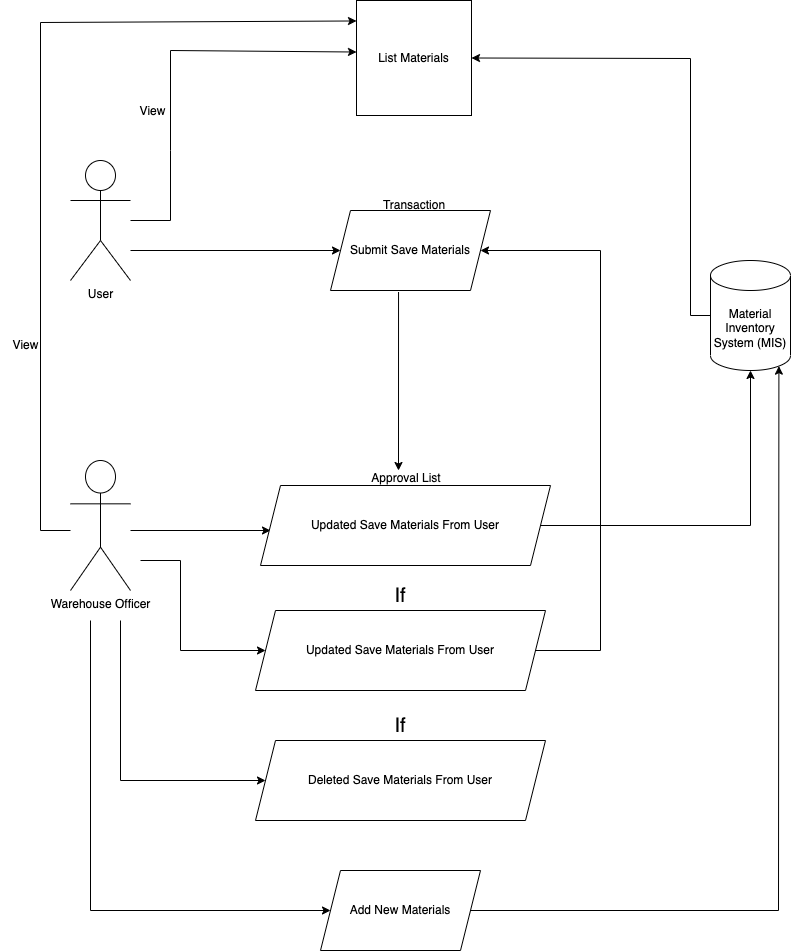
This is images/diagram.png from SirojulAnm/material-inventory-api, a draw.io export, as it was before one commit. Source tidied: cells renumbered, new cells last; positions are measured from the earlier drawing's top-left corner, leaving out a move shared by most shapes. Its diagram source:
```xml
<mxGraphModel>
  <root>
    <mxCell id="0" />
    <mxCell id="1" parent="0" />
    <mxCell id="2" value="Material Inventory System (MIS)" style="shape=cylinder3;whiteSpace=wrap;html=1;boundedLbl=1;backgroundOutline=1;size=15;" parent="1" vertex="1">
      <mxGeometry x="710" y="260" width="80" height="110" as="geometry" />
    </mxCell>
    <mxCell id="3" value="List Materials" style="whiteSpace=wrap;html=1;" parent="1" vertex="1">
      <mxGeometry x="356" width="115" height="115" as="geometry" />
    </mxCell>
    <mxCell id="4" value="User" style="shape=umlActor;verticalLabelPosition=bottom;verticalAlign=top;html=1;outlineConnect=0;" parent="1" vertex="1">
      <mxGeometry x="70" y="160" width="60" height="120" as="geometry" />
    </mxCell>
    <mxCell id="5" style="endArrow=classic;html=1;rounded=0;entryX=0;entryY=0.448;entryDx=0;entryDy=0;entryPerimeter=0;" parent="1" edge="1" source="4" target="3">
      <mxGeometry relative="1" as="geometry">
        <Array as="points">
          <mxPoint x="170" y="220" />
          <mxPoint x="170" y="150" />
          <mxPoint x="170" y="50" />
        </Array>
      </mxGeometry>
    </mxCell>
    <mxCell id="6" value="View" style="text;html=1;align=center;verticalAlign=middle;strokeColor=none;fillColor=none;" parent="1" vertex="1">
      <mxGeometry x="127" y="96" width="50" height="30" as="geometry" />
    </mxCell>
    <mxCell id="7" value="Warehouse Officer" style="shape=umlActor;verticalLabelPosition=bottom;verticalAlign=top;html=1;" parent="1" vertex="1">
      <mxGeometry x="70" y="460" width="60" height="130" as="geometry" />
    </mxCell>
    <mxCell id="8" value="View" style="text;html=1;align=center;verticalAlign=middle;strokeColor=none;fillColor=none;" parent="1" vertex="1">
      <mxGeometry y="330" width="50" height="30" as="geometry" />
    </mxCell>
    <mxCell id="9" style="endArrow=classic;html=1;rounded=0;entryX=0;entryY=0.5;entryDx=0;entryDy=0;entryPerimeter=0;" parent="1" edge="1" source="4">
      <mxGeometry relative="1" as="geometry">
        <mxPoint x="340" y="250" as="targetPoint" />
        <Array as="points">
          <mxPoint x="130" y="250" />
        </Array>
      </mxGeometry>
    </mxCell>
    <mxCell id="10" style="endArrow=classic;html=1;rounded=0;" parent="1" edge="1">
      <mxGeometry relative="1" as="geometry">
        <mxPoint x="130" y="530" as="sourcePoint" />
        <mxPoint x="270" y="530" as="targetPoint" />
      </mxGeometry>
    </mxCell>
    <mxCell id="11" value="Submit Save Materials" style="shape=parallelogram;perimeter=parallelogramPerimeter;whiteSpace=wrap;html=1;fixedSize=1;" parent="1" vertex="1">
      <mxGeometry x="330" y="210" width="160" height="80" as="geometry" />
    </mxCell>
    <mxCell id="12" value="Updated Save Materials From User" style="shape=parallelogram;perimeter=parallelogramPerimeter;whiteSpace=wrap;html=1;fixedSize=1;" parent="1" vertex="1">
      <mxGeometry x="260" y="485" width="290" height="80" as="geometry" />
    </mxCell>
    <mxCell id="13" style="endArrow=classic;html=1;rounded=0;entryX=0;entryY=0.178;entryDx=0;entryDy=0;entryPerimeter=0;" parent="1" edge="1" target="3">
      <mxGeometry relative="1" as="geometry">
        <mxPoint x="40" y="530" as="sourcePoint" />
        <Array as="points">
          <mxPoint x="40" y="22" />
        </Array>
      </mxGeometry>
    </mxCell>
    <mxCell id="14" style="endArrow=none;html=1;rounded=0;" parent="1" edge="1">
      <mxGeometry relative="1" as="geometry">
        <mxPoint x="40" y="530" as="sourcePoint" />
        <mxPoint x="70" y="530" as="targetPoint" />
      </mxGeometry>
    </mxCell>
    <mxCell id="15" value="Transaction" style="text;html=1;strokeColor=none;fillColor=none;align=center;verticalAlign=middle;whiteSpace=wrap;rounded=0;" parent="1" vertex="1">
      <mxGeometry x="384" y="190" width="60" height="30" as="geometry" />
    </mxCell>
    <mxCell id="16" value="Approval List" style="text;html=1;strokeColor=none;fillColor=none;align=center;verticalAlign=middle;whiteSpace=wrap;rounded=0;" parent="1" vertex="1">
      <mxGeometry x="356" y="463" width="100" height="30" as="geometry" />
    </mxCell>
    <mxCell id="17" style="endArrow=classic;html=1;rounded=0;exitX=0.419;exitY=1.019;exitDx=0;exitDy=0;exitPerimeter=0;" parent="1" edge="1">
      <mxGeometry relative="1" as="geometry">
        <mxPoint x="398" y="291.5" as="sourcePoint" />
        <mxPoint x="398" y="470" as="targetPoint" />
      </mxGeometry>
    </mxCell>
    <mxCell id="18" style="endArrow=classic;html=1;rounded=0;entryX=0.5;entryY=1;entryDx=0;entryDy=0;entryPerimeter=0;exitX=1;exitY=0.5;exitDx=0;exitDy=0;" parent="1" edge="1" source="12" target="2">
      <mxGeometry relative="1" as="geometry">
        <Array as="points">
          <mxPoint x="750" y="525" />
        </Array>
      </mxGeometry>
    </mxCell>
    <mxCell id="19" value="&lt;font style=&quot;font-size: 20px;&quot;&gt;If&lt;/font&gt;" style="text;html=1;strokeColor=none;fillColor=none;align=center;verticalAlign=middle;whiteSpace=wrap;rounded=0;" parent="1" vertex="1">
      <mxGeometry x="370" y="580" width="60" height="30" as="geometry" />
    </mxCell>
    <mxCell id="20" value="&lt;font style=&quot;font-size: 20px;&quot;&gt;If&lt;/font&gt;" style="text;html=1;strokeColor=none;fillColor=none;align=center;verticalAlign=middle;whiteSpace=wrap;rounded=0;" parent="1" vertex="1">
      <mxGeometry x="370" y="710" width="60" height="30" as="geometry" />
    </mxCell>
    <mxCell id="21" value="Updated Save Materials From User" style="shape=parallelogram;perimeter=parallelogramPerimeter;whiteSpace=wrap;html=1;fixedSize=1;" parent="1" vertex="1">
      <mxGeometry x="255" y="610" width="290" height="80" as="geometry" />
    </mxCell>
    <mxCell id="22" value="Deleted Save Materials From User" style="shape=parallelogram;perimeter=parallelogramPerimeter;whiteSpace=wrap;html=1;fixedSize=1;" parent="1" vertex="1">
      <mxGeometry x="255" y="740" width="290" height="80" as="geometry" />
    </mxCell>
    <mxCell id="23" style="endArrow=classic;html=1;rounded=0;entryX=1;entryY=0.5;entryDx=0;entryDy=0;exitX=1;exitY=0.5;exitDx=0;exitDy=0;" parent="1" edge="1" source="21" target="11">
      <mxGeometry relative="1" as="geometry">
        <Array as="points">
          <mxPoint x="600" y="650" />
          <mxPoint x="600" y="250" />
        </Array>
      </mxGeometry>
    </mxCell>
    <mxCell id="24" style="endArrow=classic;html=1;rounded=0;entryX=1;entryY=0.5;entryDx=0;entryDy=0;exitX=0;exitY=0.5;exitDx=0;exitDy=0;exitPerimeter=0;" parent="1" edge="1" source="2" target="3">
      <mxGeometry relative="1" as="geometry">
        <Array as="points">
          <mxPoint x="690" y="315" />
          <mxPoint x="690" y="58" />
        </Array>
      </mxGeometry>
    </mxCell>
    <mxCell id="25" style="endArrow=classic;html=1;rounded=0;entryX=0;entryY=0.5;entryDx=0;entryDy=0;" parent="1" edge="1" target="21">
      <mxGeometry relative="1" as="geometry">
        <mxPoint x="140" y="560" as="sourcePoint" />
        <Array as="points">
          <mxPoint x="180" y="560" />
          <mxPoint x="180" y="650" />
        </Array>
      </mxGeometry>
    </mxCell>
    <mxCell id="26" style="endArrow=classic;html=1;rounded=0;entryX=0;entryY=0.5;entryDx=0;entryDy=0;" parent="1" edge="1" target="22">
      <mxGeometry relative="1" as="geometry">
        <mxPoint x="120" y="620" as="sourcePoint" />
        <Array as="points">
          <mxPoint x="120" y="780" />
        </Array>
      </mxGeometry>
    </mxCell>
    <mxCell id="27" value="Add New Materials" style="shape=parallelogram;perimeter=parallelogramPerimeter;whiteSpace=wrap;html=1;fixedSize=1;" parent="1" vertex="1">
      <mxGeometry x="320" y="870" width="160" height="80" as="geometry" />
    </mxCell>
    <mxCell id="28" style="endArrow=classic;html=1;rounded=0;entryX=0;entryY=0.5;entryDx=0;entryDy=0;" parent="1" edge="1" target="27">
      <mxGeometry relative="1" as="geometry">
        <mxPoint x="90" y="620" as="sourcePoint" />
        <Array as="points">
          <mxPoint x="90" y="910" />
        </Array>
      </mxGeometry>
    </mxCell>
    <mxCell id="29" style="endArrow=classic;html=1;rounded=0;entryX=0.855;entryY=1;entryDx=0;entryDy=-4.35;entryPerimeter=0;exitX=1;exitY=0.5;exitDx=0;exitDy=0;" parent="1" edge="1" source="27" target="2">
      <mxGeometry relative="1" as="geometry">
        <Array as="points">
          <mxPoint x="778" y="910" />
        </Array>
      </mxGeometry>
    </mxCell>
  </root>
</mxGraphModel>
```
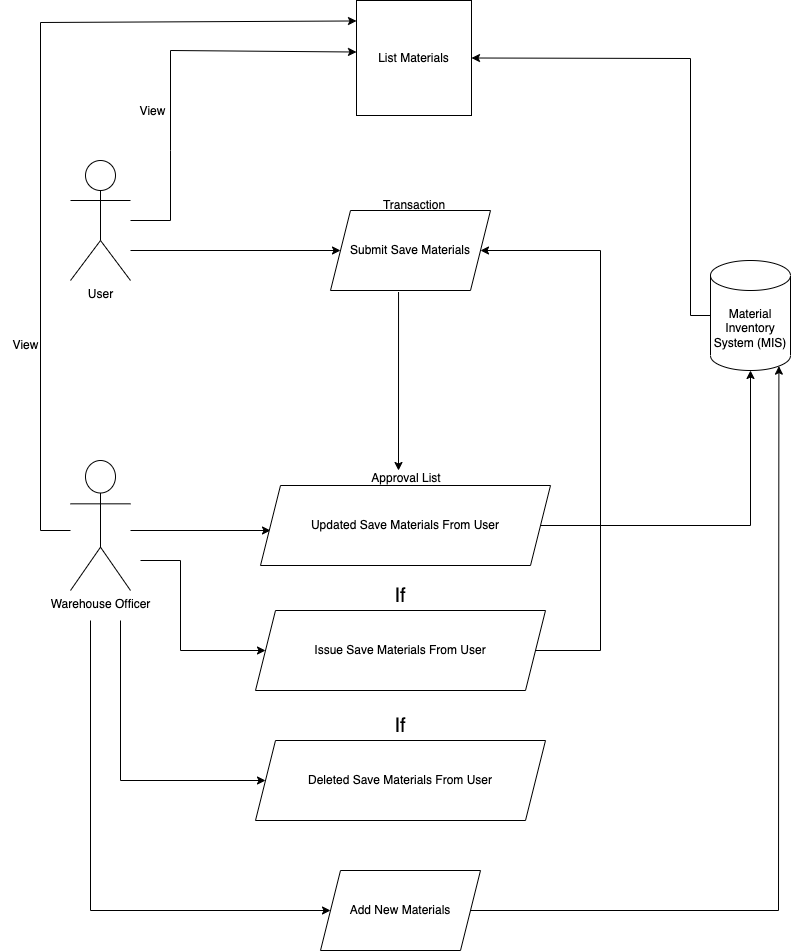
Later version of the same file.

What changed in the source:
```diff
@@ -88,7 +88,7 @@
     <mxCell id="20" value="&lt;font style=&quot;font-size: 20px;&quot;&gt;If&lt;/font&gt;" style="text;html=1;strokeColor=none;fillColor=none;align=center;verticalAlign=middle;whiteSpace=wrap;rounded=0;" parent="1" vertex="1">
       <mxGeometry x="370" y="710" width="60" height="30" as="geometry" />
     </mxCell>
-    <mxCell id="21" value="Updated Save Materials From User" style="shape=parallelogram;perimeter=parallelogramPerimeter;whiteSpace=wrap;html=1;fixedSize=1;" parent="1" vertex="1">
+    <mxCell id="21" value="Issue Save Materials From User" style="shape=parallelogram;perimeter=parallelogramPerimeter;whiteSpace=wrap;html=1;fixedSize=1;" parent="1" vertex="1">
       <mxGeometry x="255" y="610" width="290" height="80" as="geometry" />
     </mxCell>
     <mxCell id="22" value="Deleted Save Materials From User" style="shape=parallelogram;perimeter=parallelogramPerimeter;whiteSpace=wrap;html=1;fixedSize=1;" parent="1" vertex="1">
```
